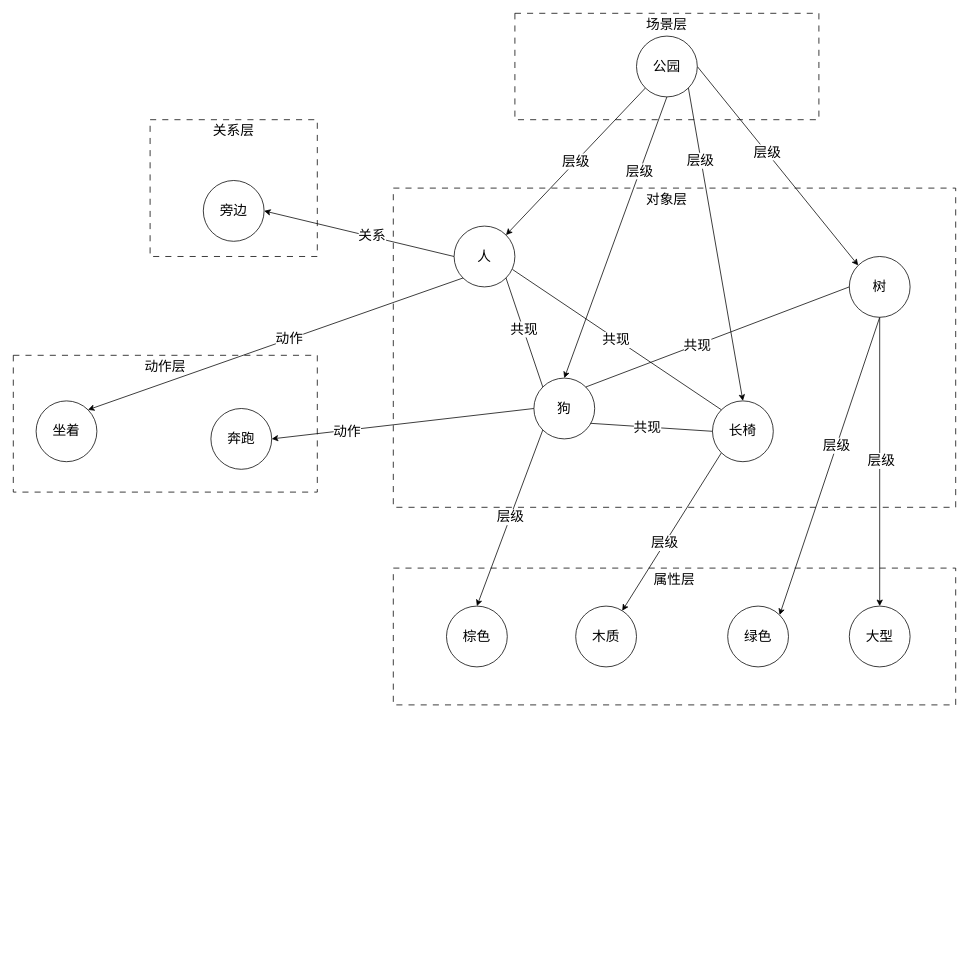
Earlier version of the draw.io diagram 图神经网络增强的图像检索.drawio (huaxiaojilzg/workflow_draw). Source tidied: cells renumbered, new cells numbered last; positions are measured from the earlier drawing's top-left corner, leaving out a move shared by most shapes. Both pictures are drawn from the tidied source at 76%, with x=0, y=0 at pixel (13, 13).
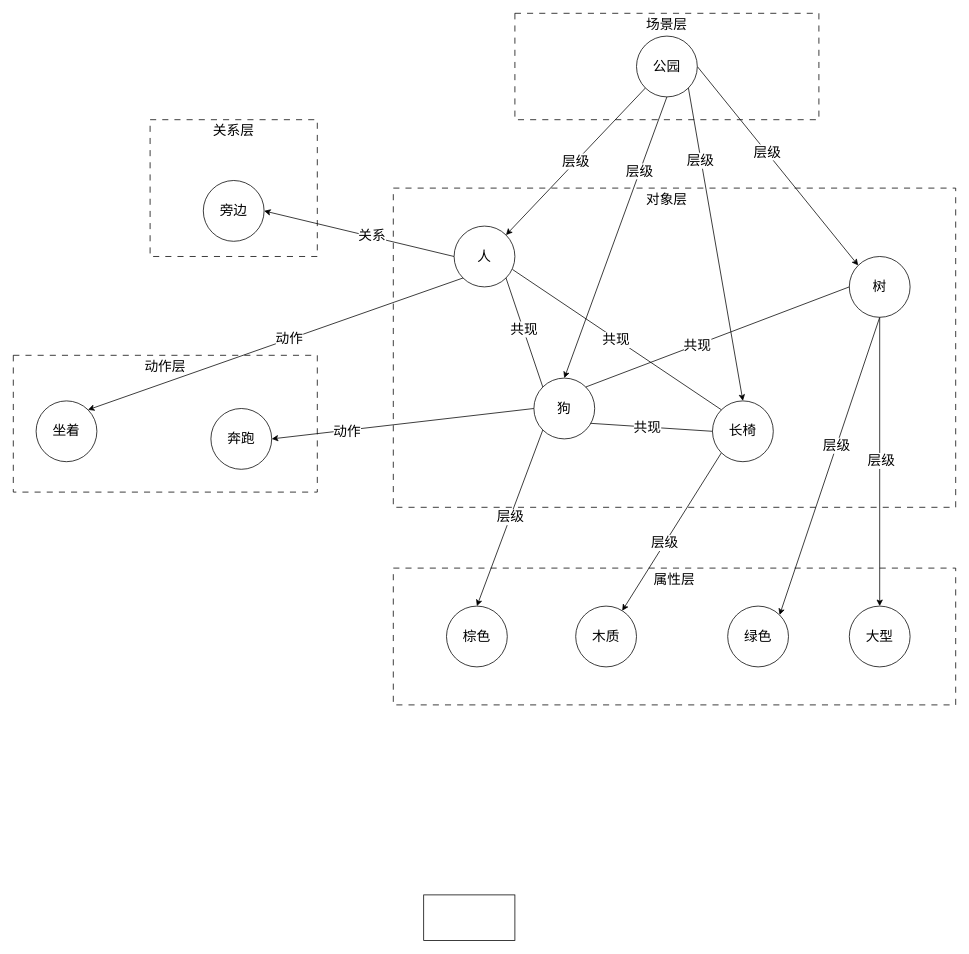
Above is the later version.

Commit message:
更新图神经网络增强的图像检索.drawio

What changed in the source:
```diff
@@
+    <mxCell id="54" style="rounded=0;whiteSpace=wrap;html=1;" parent="1" vertex="1">
+      <mxGeometry x="540" y="1160" width="120" height="60" as="geometry" />
+    </mxCell>
```
